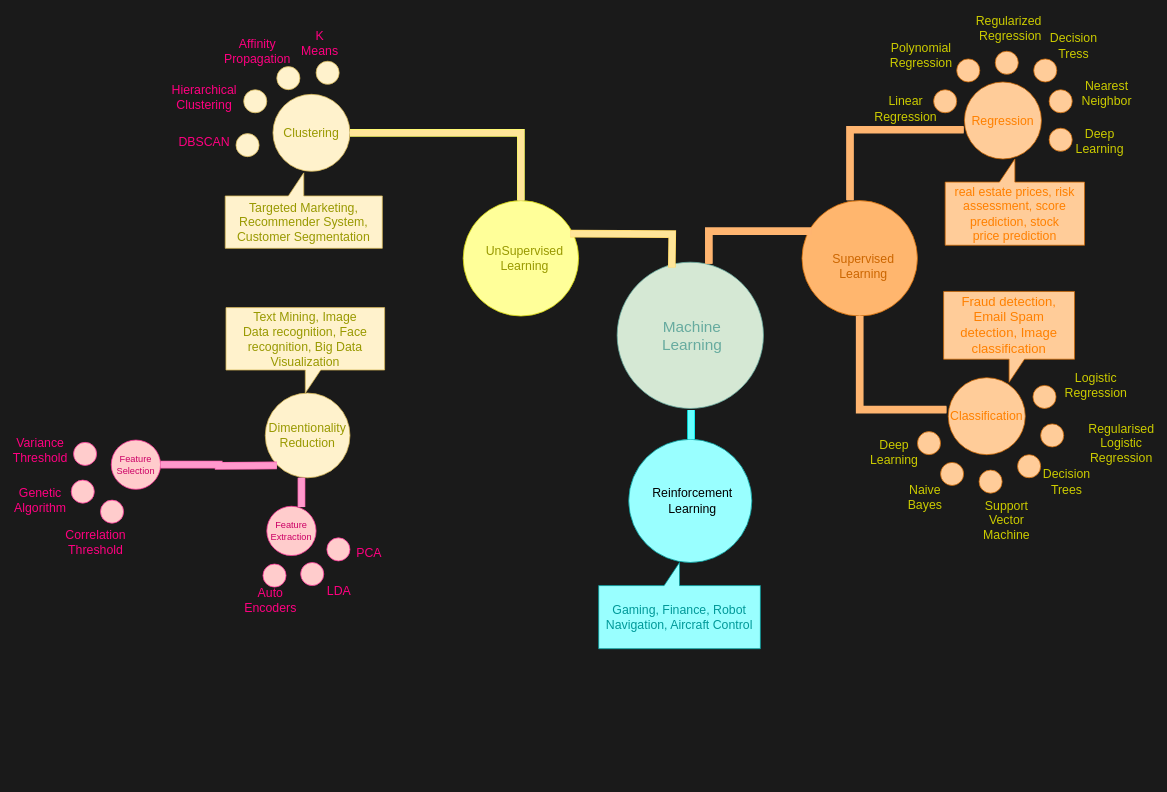
Earlier version of the draw.io diagram MachineLearning.drawio (ShrashtiSinghal/PublicRepositoryForDisplay). Source tidied: cells renumbered, new cells numbered last; positions are measured from the earlier drawing's top-left corner, leaving out a move shared by most shapes. Both pictures are drawn from the tidied source at 77%, with x=0, y=0 at pixel (25, 20).
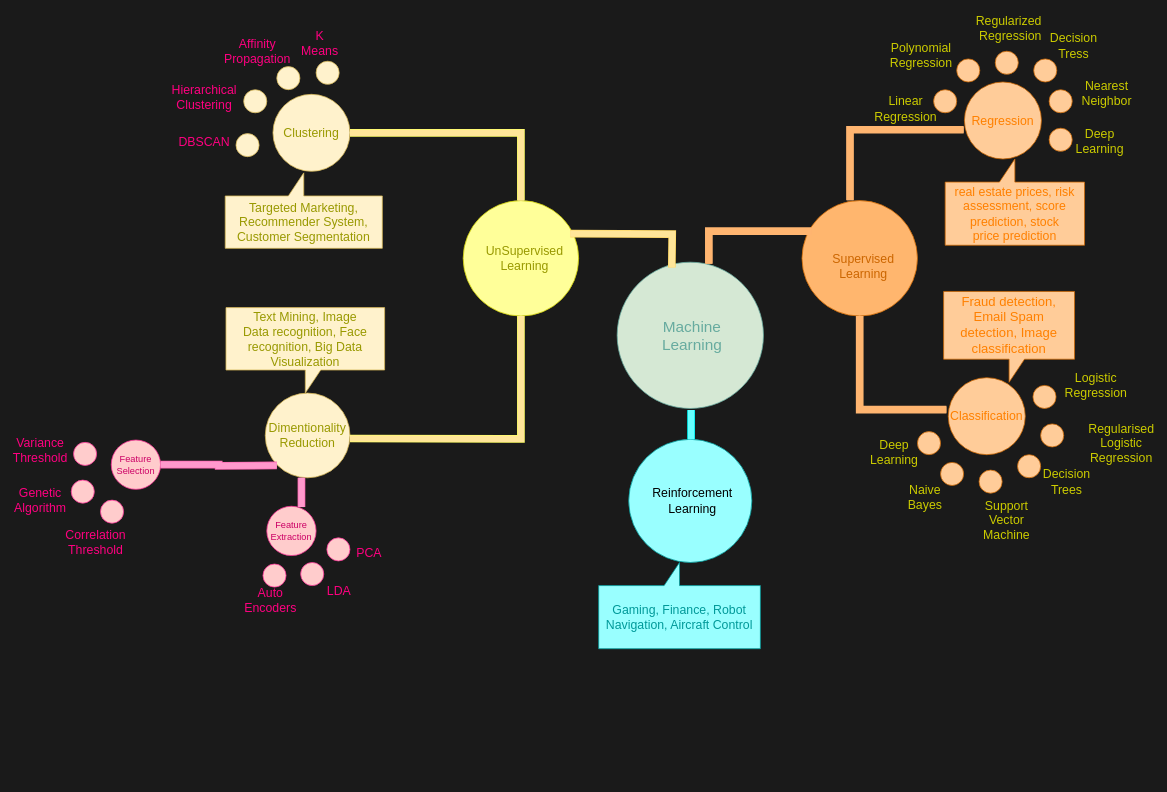
The same page after the edit.

Unchanged cells that the change refers to:
```xml
<mxCell id="5" style="ellipse;whiteSpace=wrap;html=1;fillColor=#FFFF99;strokeColor=#CCCC00;" parent="1" vertex="1">
  <mxGeometry x="569" y="234" width="150" height="150" as="geometry" />
</mxCell>
```

What changed in the source:
```diff
@@
+    <mxCell id="73" style="shape=filledEdge;rounded=0;fixDash=1;endArrow=none;strokeWidth=10;edgeStyle=orthogonalEdgeStyle;fontSize=16;fontColor=#CC0066;exitX=1;exitY=0.5;exitDx=0;exitDy=0;fillColor=#FFE599;strokeColor=#FFFF66;entryX=0.5;entryY=1;entryDx=0;entryDy=0;" parent="1" edge="1" target="5">
+      <mxGeometry relative="1" as="geometry">
+        <mxPoint x="422" y="543" as="sourcePoint" />
+      </mxGeometry>
+    </mxCell>
```
